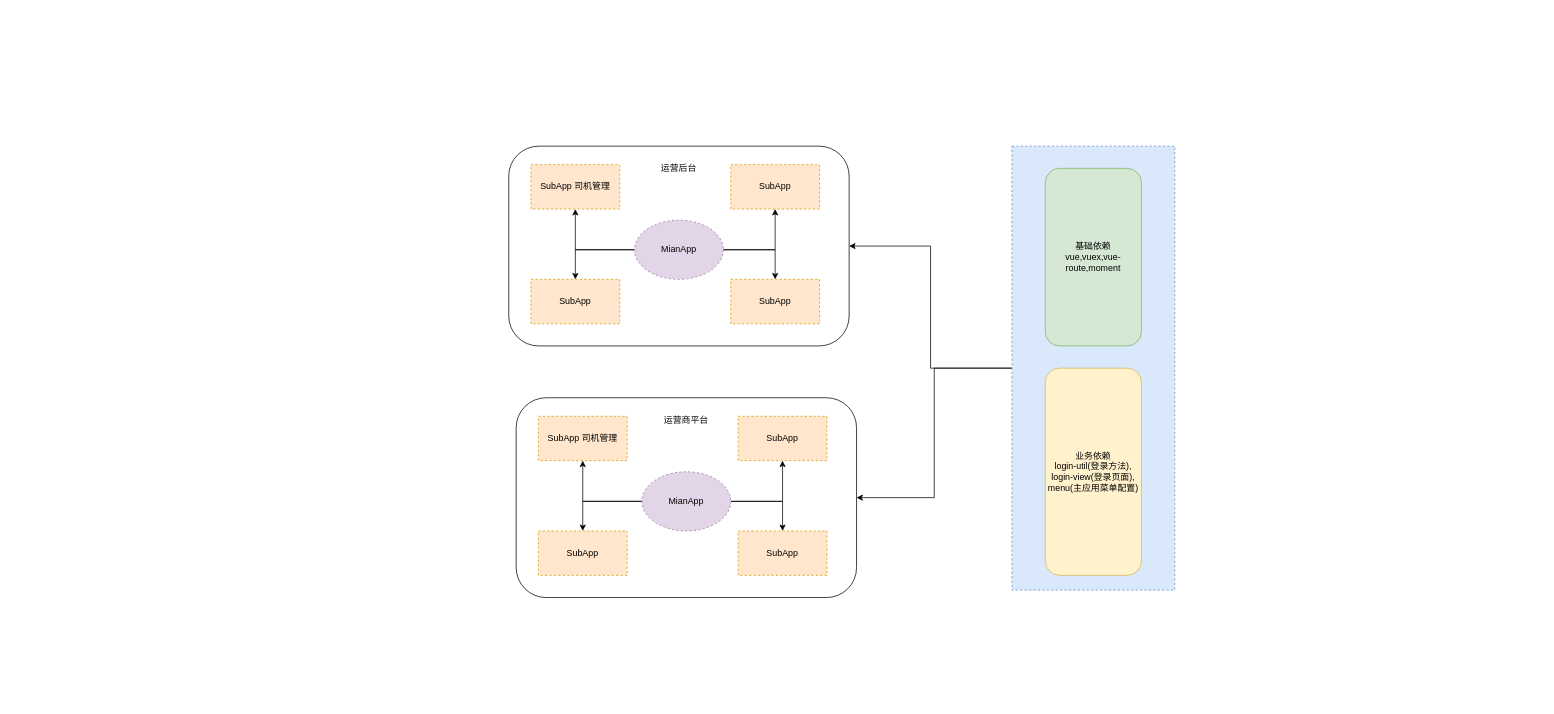
The draw.io diagram 业务平台应用拆分.drawio in sfyr111/draw, before the edit. Source tidied: cells renumbered, new cells numbered last; positions are measured from the earlier drawing's top-left corner, leaving out a move shared by most shapes. Both pictures are drawn from the tidied source at 74%, with x=0, y=0 at pixel (508, 146).
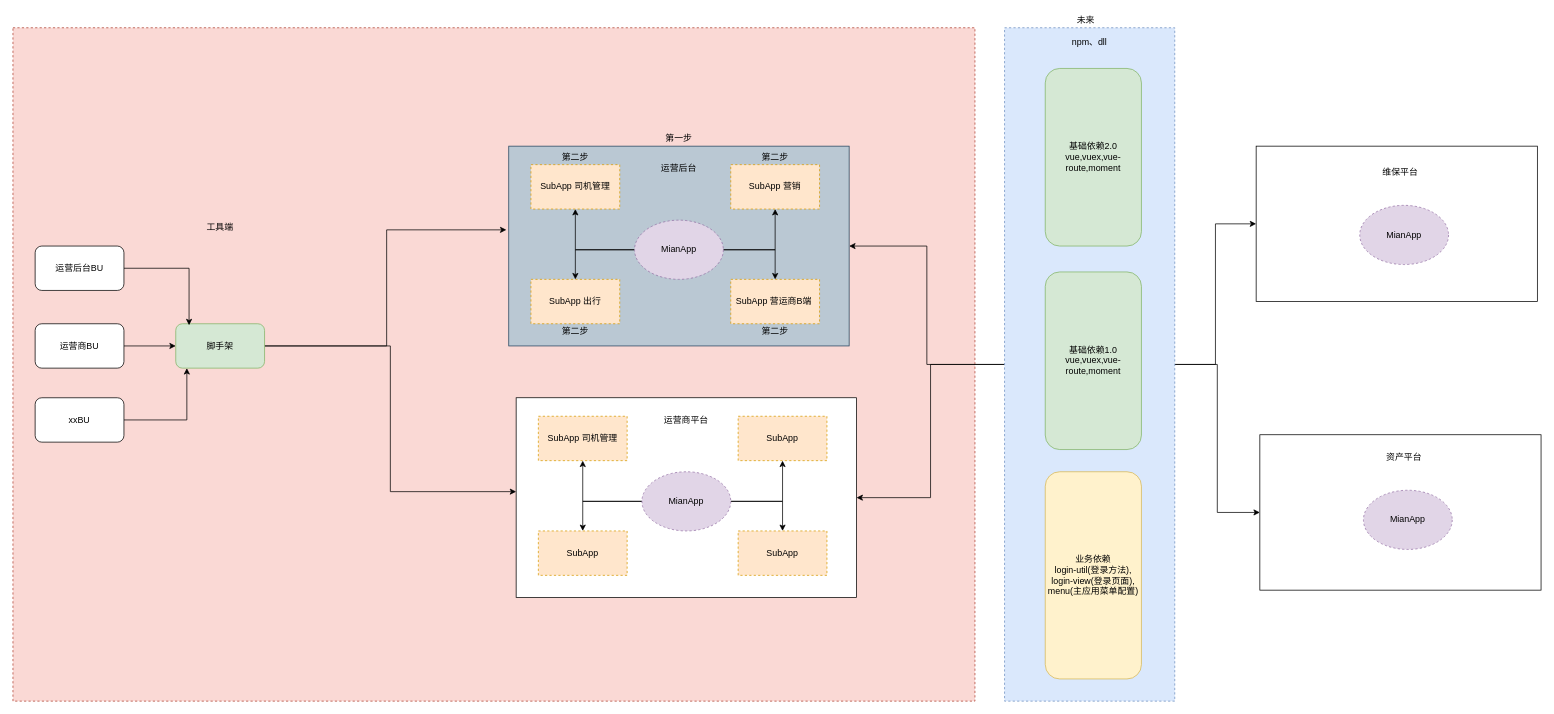
After the change.

Commit message (it also covers changes not shown here):
更新业务平台应用拆分.drawio

What changed in the source:
```diff
@@
+    <mxCell id="29" style="rounded=0;whiteSpace=wrap;html=1;fillColor=#fad9d5;dashed=1;strokeColor=#ae4132;" parent="1" vertex="1">
+      <mxGeometry x="-670" y="-160" width="1300" height="910" as="geometry" />
+    </mxCell>
@@
+    <mxCell id="30" style="edgeStyle=orthogonalEdgeStyle;rounded=0;jettySize=auto;html=1;" parent="1" edge="1" source="4" target="35">
+      <mxGeometry relative="1" as="geometry" />
+    </mxCell>
+    <mxCell id="31" style="edgeStyle=orthogonalEdgeStyle;rounded=0;jettySize=auto;html=1;" parent="1" edge="1" source="4" target="38">
+      <mxGeometry relative="1" as="geometry" />
+    </mxCell>
     <mxCell id="4" style="rounded=0;whiteSpace=wrap;html=1;dashed=1;fillColor=#dae8fc;strokeColor=#6c8ebf;" parent="1" vertex="1">
-      <mxGeometry x="680" width="220" height="600" as="geometry" />
+      <mxGeometry x="670" y="-160" width="230" height="910" as="geometry" />
     </mxCell>
-    <mxCell id="5" value="基础依赖&lt;br&gt;vue,vuex,vue-route,moment" style="rounded=1;whiteSpace=wrap;html=1;fillColor=#d5e8d4;strokeColor=#82b366;" parent="1" vertex="1">
-      <mxGeometry x="725" y="30" width="130" height="240" as="geometry" />
+    <mxCell id="5" value="基础依赖1.0&lt;br&gt;vue,vuex,vue-route,moment" style="rounded=1;whiteSpace=wrap;html=1;fillColor=#d5e8d4;strokeColor=#82b366;" parent="1" vertex="1">
+      <mxGeometry x="725" y="170" width="130" height="240" as="geometry" />
     </mxCell>
     <mxCell id="6" value="业务依赖&lt;br&gt;login-util(登录方法), login-view(登录页面), menu(主应用菜单配置)" style="rounded=1;whiteSpace=wrap;html=1;fillColor=#fff2cc;strokeColor=#d6b656;" parent="1" vertex="1">
-      <mxGeometry x="725" y="300" width="130" height="280" as="geometry" />
+      <mxGeometry x="725" y="440" width="130" height="280" as="geometry" />
     </mxCell>
-    <mxCell id="7" style="rounded=1;whiteSpace=wrap;html=1;" parent="1" vertex="1">
+    <mxCell id="7" style="rounded=1;whiteSpace=wrap;html=1;arcSize=0;fillColor=#bac8d3;strokeColor=#23445d;" parent="1" vertex="1">
       <mxGeometry width="460" height="270" as="geometry" />
     </mxCell>
@@
-    <mxCell id="9" value="SubApp" style="rounded=0;whiteSpace=wrap;html=1;dashed=1;fillColor=#ffe6cc;strokeColor=#d79b00;" parent="1" vertex="1">
+    <mxCell id="9" value="SubApp 营销" style="rounded=0;whiteSpace=wrap;html=1;dashed=1;fillColor=#ffe6cc;strokeColor=#d79b00;" parent="1" vertex="1">
       <mxGeometry x="300" y="25" width="120" height="60" as="geometry" />
     </mxCell>
-    <mxCell id="10" value="SubApp" style="rounded=0;whiteSpace=wrap;html=1;dashed=1;fillColor=#ffe6cc;strokeColor=#d79b00;" parent="1" vertex="1">
+    <mxCell id="10" value="SubApp 出行" style="rounded=0;whiteSpace=wrap;html=1;dashed=1;fillColor=#ffe6cc;strokeColor=#d79b00;" parent="1" vertex="1">
       <mxGeometry x="30" y="180" width="120" height="60" as="geometry" />
     </mxCell>
-    <mxCell id="11" value="SubApp" style="rounded=0;whiteSpace=wrap;html=1;dashed=1;fillColor=#ffe6cc;strokeColor=#d79b00;" parent="1" vertex="1">
+    <mxCell id="11" value="SubApp 营运商B端&amp;nbsp;" style="rounded=0;whiteSpace=wrap;html=1;dashed=1;fillColor=#ffe6cc;strokeColor=#d79b00;" parent="1" vertex="1">
       <mxGeometry x="300" y="180" width="120" height="60" as="geometry" />
     </mxCell>
@@
-    <mxCell id="18" style="rounded=1;whiteSpace=wrap;html=1;" parent="1" vertex="1">
+    <mxCell id="18" style="rounded=1;whiteSpace=wrap;html=1;arcSize=0;" parent="1" vertex="1">
       <mxGeometry x="10" y="340" width="460" height="270" as="geometry" />
     </mxCell>
@@
+    <mxCell id="32" style="edgeStyle=orthogonalEdgeStyle;rounded=0;jettySize=auto;html=1;entryX=-0.007;entryY=0.419;entryDx=0;entryDy=0;entryPerimeter=0;" parent="1" edge="1" source="34" target="7">
+      <mxGeometry relative="1" as="geometry" />
+    </mxCell>
+    <mxCell id="33" style="edgeStyle=orthogonalEdgeStyle;rounded=0;jettySize=auto;html=1;entryX=0;entryY=0.47;entryDx=0;entryDy=0;entryPerimeter=0;" parent="1" edge="1" source="34" target="18">
+      <mxGeometry relative="1" as="geometry" />
+    </mxCell>
+    <mxCell id="34" value="脚手架" style="rounded=1;whiteSpace=wrap;html=1;fillColor=#d5e8d4;strokeColor=#82b366;" parent="1" vertex="1">
+      <mxGeometry x="-450" y="240" width="120" height="60" as="geometry" />
+    </mxCell>
+    <mxCell id="35" style="rounded=1;whiteSpace=wrap;html=1;arcSize=0;" parent="1" vertex="1">
+      <mxGeometry x="1010" width="380" height="210" as="geometry" />
+    </mxCell>
+    <mxCell id="36" value="MianApp" style="ellipse;whiteSpace=wrap;html=1;dashed=1;fillColor=#e1d5e7;strokeColor=#9673a6;" parent="1" vertex="1">
+      <mxGeometry x="1150" y="80" width="120" height="80" as="geometry" />
+    </mxCell>
+    <mxCell id="37" value="维保平台" style="text;html=1;strokeColor=none;fillColor=none;align=center;verticalAlign=middle;whiteSpace=wrap;rounded=0;dashed=1;" parent="1" vertex="1">
+      <mxGeometry x="1165" y="25" width="80" height="20" as="geometry" />
+    </mxCell>
+    <mxCell id="38" style="rounded=1;whiteSpace=wrap;html=1;arcSize=0;" parent="1" vertex="1">
+      <mxGeometry x="1015" y="390" width="380" height="210" as="geometry" />
+    </mxCell>
+    <mxCell id="39" value="MianApp" style="ellipse;whiteSpace=wrap;html=1;dashed=1;fillColor=#e1d5e7;strokeColor=#9673a6;" parent="1" vertex="1">
+      <mxGeometry x="1155" y="465" width="120" height="80" as="geometry" />
+    </mxCell>
+    <mxCell id="40" value="资产平台" style="text;html=1;strokeColor=none;fillColor=none;align=center;verticalAlign=middle;whiteSpace=wrap;rounded=0;dashed=1;" parent="1" vertex="1">
+      <mxGeometry x="1170" y="410" width="80" height="20" as="geometry" />
+    </mxCell>
+    <mxCell id="41" value="基础依赖2.0&lt;br&gt;vue,vuex,vue-route,moment" style="rounded=1;whiteSpace=wrap;html=1;fillColor=#d5e8d4;strokeColor=#82b366;" parent="1" vertex="1">
+      <mxGeometry x="725" y="-105" width="130" height="240" as="geometry" />
+    </mxCell>
+    <mxCell id="42" value="npm、dll" style="text;html=1;strokeColor=none;fillColor=none;align=center;verticalAlign=middle;whiteSpace=wrap;rounded=0;" parent="1" vertex="1">
+      <mxGeometry x="745" y="-150" width="80" height="20" as="geometry" />
+    </mxCell>
+    <mxCell id="43" value="第一步" style="text;html=1;strokeColor=none;fillColor=none;align=center;verticalAlign=middle;whiteSpace=wrap;rounded=0;" parent="1" vertex="1">
+      <mxGeometry x="210" y="-20" width="40" height="20" as="geometry" />
+    </mxCell>
+    <mxCell id="44" value="未来" style="text;html=1;strokeColor=none;fillColor=none;align=center;verticalAlign=middle;whiteSpace=wrap;rounded=0;" parent="1" vertex="1">
+      <mxGeometry x="760" y="-180" width="40" height="20" as="geometry" />
+    </mxCell>
+    <mxCell id="45" value="第二步" style="text;html=1;strokeColor=none;fillColor=none;align=center;verticalAlign=middle;whiteSpace=wrap;rounded=0;" parent="1" vertex="1">
+      <mxGeometry x="70" y="5" width="40" height="20" as="geometry" />
+    </mxCell>
+    <mxCell id="46" value="第二步" style="text;html=1;strokeColor=none;fillColor=none;align=center;verticalAlign=middle;whiteSpace=wrap;rounded=0;" parent="1" vertex="1">
+      <mxGeometry x="340" y="5" width="40" height="20" as="geometry" />
+    </mxCell>
+    <mxCell id="47" value="第二步" style="text;html=1;strokeColor=none;fillColor=none;align=center;verticalAlign=middle;whiteSpace=wrap;rounded=0;" parent="1" vertex="1">
+      <mxGeometry x="70" y="240" width="40" height="20" as="geometry" />
+    </mxCell>
+    <mxCell id="48" value="第二步" style="text;html=1;strokeColor=none;fillColor=none;align=center;verticalAlign=middle;whiteSpace=wrap;rounded=0;" parent="1" vertex="1">
+      <mxGeometry x="340" y="240" width="40" height="20" as="geometry" />
+    </mxCell>
+    <mxCell id="49" style="edgeStyle=orthogonalEdgeStyle;rounded=0;jettySize=auto;html=1;entryX=0.15;entryY=0.033;entryDx=0;entryDy=0;entryPerimeter=0;" parent="1" edge="1" source="50" target="34">
+      <mxGeometry relative="1" as="geometry" />
+    </mxCell>
+    <mxCell id="50" value="运营后台BU" style="rounded=1;whiteSpace=wrap;html=1;" parent="1" vertex="1">
+      <mxGeometry x="-640" y="135" width="120" height="60" as="geometry" />
+    </mxCell>
+    <mxCell id="51" style="edgeStyle=orthogonalEdgeStyle;rounded=0;jettySize=auto;html=1;entryX=0;entryY=0.5;entryDx=0;entryDy=0;" parent="1" edge="1" source="52" target="34">
+      <mxGeometry relative="1" as="geometry" />
+    </mxCell>
+    <mxCell id="52" value="运营商BU" style="rounded=1;whiteSpace=wrap;html=1;" parent="1" vertex="1">
+      <mxGeometry x="-640" y="240" width="120" height="60" as="geometry" />
+    </mxCell>
+    <mxCell id="53" style="edgeStyle=orthogonalEdgeStyle;rounded=0;jettySize=auto;html=1;entryX=0.125;entryY=1;entryDx=0;entryDy=0;entryPerimeter=0;" parent="1" edge="1" source="54" target="34">
+      <mxGeometry relative="1" as="geometry" />
+    </mxCell>
+    <mxCell id="54" value="xxBU" style="rounded=1;whiteSpace=wrap;html=1;" parent="1" vertex="1">
+      <mxGeometry x="-640" y="340" width="120" height="60" as="geometry" />
+    </mxCell>
+    <mxCell id="55" value="工具端" style="text;html=1;strokeColor=none;fillColor=none;align=center;verticalAlign=middle;whiteSpace=wrap;rounded=0;" parent="1" vertex="1">
+      <mxGeometry x="-410" y="100" width="40" height="20" as="geometry" />
+    </mxCell>
```
